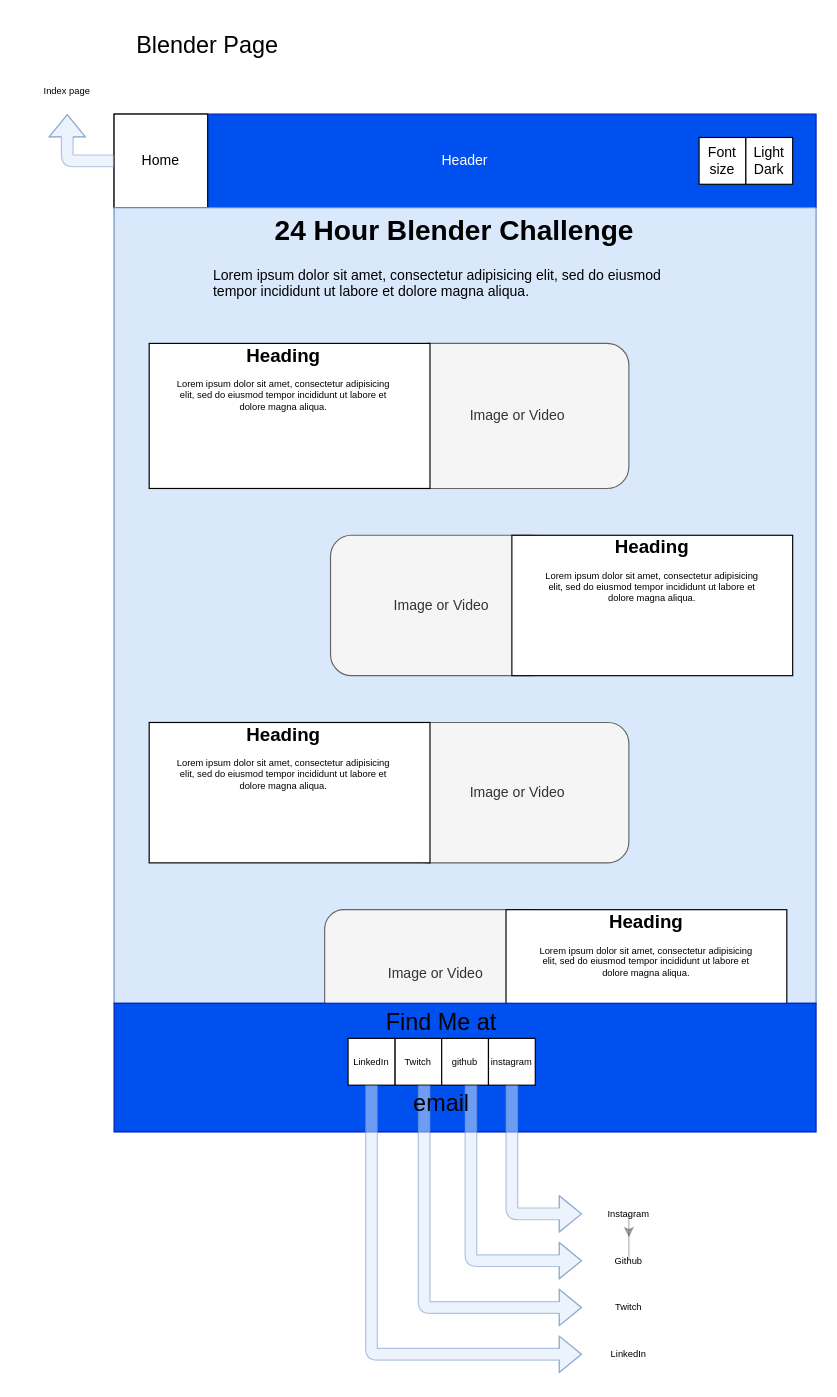
Earlier version of the draw.io diagram page "Blender" (2 of 5) of Assets/Diagrams/Wireframe.drawio (louie-jones-strong/louie-jones-strong.github.io). Source tidied: cells renumbered, new cells numbered last; positions are measured from the earlier drawing's top-left corner, leaving out a move shared by most shapes. Both pictures are drawn from the tidied source at 117%, with x=0, y=0 at pixel (20, 20).
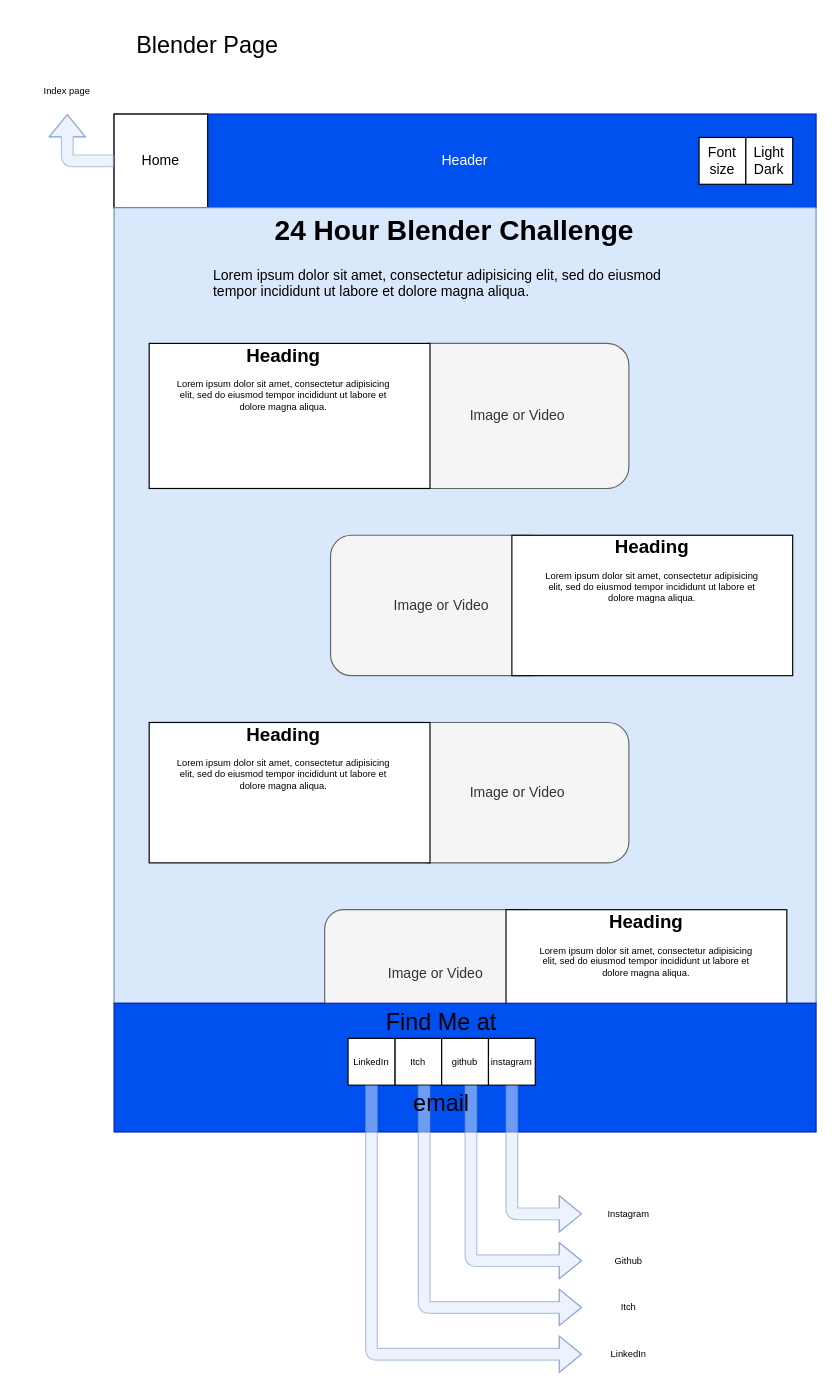
After the change.

Commit message (it also covers changes not shown here):
Image Borders added. Twitch changed to Itch.

The change refers to these unchanged cells:
```xml
<mxCell id="30" value="Instagram" style="text;html=1;strokeColor=none;fillColor=none;align=center;verticalAlign=middle;whiteSpace=wrap;rounded=0;fontSize=8;" parent="1" vertex="1">
  <mxGeometry x="480" y="1000" width="80" height="40" as="geometry" />
</mxCell>
<mxCell id="35" value="Github" style="text;html=1;strokeColor=none;fillColor=none;align=center;verticalAlign=middle;whiteSpace=wrap;rounded=0;fontSize=8;" parent="1" vertex="1">
  <mxGeometry x="480" y="1040" width="80" height="40" as="geometry" />
</mxCell>
```

Change to the diagram source:
```diff
@@
-    <mxCell id="24" value="Twitch" style="rounded=0;whiteSpace=wrap;html=1;fontSize=8;align=center;" parent="1" vertex="1">
+    <mxCell id="24" value="Itch" style="rounded=0;whiteSpace=wrap;html=1;fontSize=8;align=center;" parent="1" vertex="1">
       <mxGeometry x="320" y="870" width="40" height="40" as="geometry" />
     </mxCell>
@@
-    <mxCell id="29" style="edgeStyle=orthogonalEdgeStyle;rounded=0;jettySize=auto;html=1;exitX=0.5;exitY=1;exitDx=0;exitDy=0;labelBackgroundColor=none;fontSize=8;fillColor=#ffffff;opacity=30;" parent="1" edge="1" source="30" target="35">
-      <mxGeometry relative="1" as="geometry" />
-    </mxCell>
@@
-    <mxCell id="36" value="Twitch" style="text;html=1;strokeColor=none;fillColor=none;align=center;verticalAlign=middle;whiteSpace=wrap;rounded=0;fontSize=8;" parent="1" vertex="1">
+    <mxCell id="36" value="Itch" style="text;html=1;strokeColor=none;fillColor=none;align=center;verticalAlign=middle;whiteSpace=wrap;rounded=0;fontSize=8;" parent="1" vertex="1">
       <mxGeometry x="480" y="1080" width="80" height="40" as="geometry" />
     </mxCell>
```
